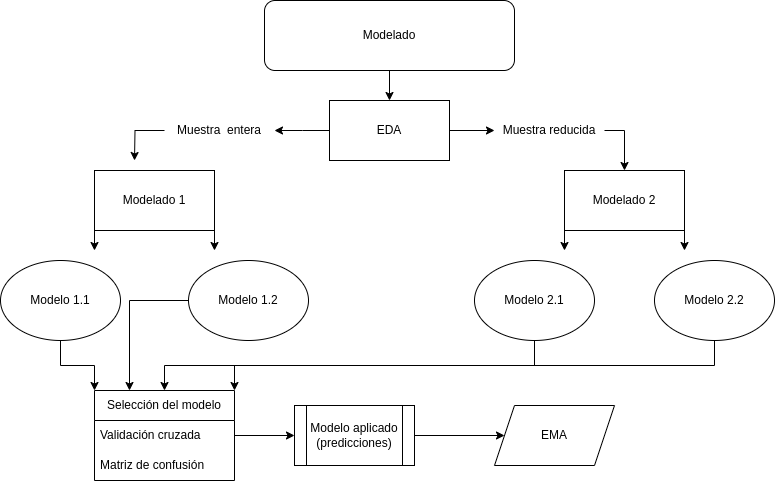
Earlier version of the draw.io export diagrama_proyecto.png (alexisrangelcalvo/FP-LM-MAEA-UJED-1S). Source tidied: cells renumbered, new cells last; positions are measured from the earlier drawing's top-left corner, leaving out a move shared by most shapes. Its diagram source:
```xml
<mxGraphModel>
  <root>
    <mxCell id="0" />
    <mxCell id="1" parent="0" />
    <mxCell id="2" style="edgeStyle=orthogonalEdgeStyle;rounded=0;jettySize=auto;html=1;exitX=0.5;exitY=1;exitDx=0;exitDy=0;entryX=0.5;entryY=0;entryDx=0;entryDy=0;" parent="1" edge="1" source="3" target="6">
      <mxGeometry relative="1" as="geometry" />
    </mxCell>
    <mxCell id="3" value="Modelado" style="rounded=1;whiteSpace=wrap;html=1;" parent="1" vertex="1">
      <mxGeometry x="264" width="250" height="70" as="geometry" />
    </mxCell>
    <mxCell id="4" style="edgeStyle=orthogonalEdgeStyle;rounded=0;jettySize=auto;html=1;exitX=0;exitY=0.5;exitDx=0;exitDy=0;" parent="1" edge="1" source="6">
      <mxGeometry relative="1" as="geometry">
        <mxPoint x="274" y="130" as="targetPoint" />
      </mxGeometry>
    </mxCell>
    <mxCell id="5" style="edgeStyle=orthogonalEdgeStyle;rounded=0;jettySize=auto;html=1;exitX=1;exitY=0.5;exitDx=0;exitDy=0;" parent="1" edge="1" source="6" target="24">
      <mxGeometry relative="1" as="geometry" />
    </mxCell>
    <mxCell id="6" value="EDA" style="rounded=0;whiteSpace=wrap;html=1;" parent="1" vertex="1">
      <mxGeometry x="329" y="100" width="120" height="60" as="geometry" />
    </mxCell>
    <mxCell id="7" style="edgeStyle=orthogonalEdgeStyle;rounded=0;jettySize=auto;html=1;exitX=0;exitY=1;exitDx=0;exitDy=0;" parent="1" edge="1" source="9">
      <mxGeometry relative="1" as="geometry">
        <mxPoint x="94" y="250" as="targetPoint" />
      </mxGeometry>
    </mxCell>
    <mxCell id="8" style="edgeStyle=orthogonalEdgeStyle;rounded=0;jettySize=auto;html=1;exitX=1;exitY=1;exitDx=0;exitDy=0;" parent="1" edge="1" source="9">
      <mxGeometry relative="1" as="geometry">
        <mxPoint x="214" y="250" as="targetPoint" />
      </mxGeometry>
    </mxCell>
    <mxCell id="9" value="Modelado 1" style="rounded=0;whiteSpace=wrap;html=1;" parent="1" vertex="1">
      <mxGeometry x="94" y="170" width="120" height="60" as="geometry" />
    </mxCell>
    <mxCell id="10" style="edgeStyle=orthogonalEdgeStyle;rounded=0;jettySize=auto;html=1;exitX=0;exitY=1;exitDx=0;exitDy=0;" parent="1" edge="1" source="12">
      <mxGeometry relative="1" as="geometry">
        <mxPoint x="564" y="250" as="targetPoint" />
      </mxGeometry>
    </mxCell>
    <mxCell id="11" style="edgeStyle=orthogonalEdgeStyle;rounded=0;jettySize=auto;html=1;exitX=1;exitY=1;exitDx=0;exitDy=0;" parent="1" edge="1" source="12">
      <mxGeometry relative="1" as="geometry">
        <mxPoint x="684" y="250" as="targetPoint" />
      </mxGeometry>
    </mxCell>
    <mxCell id="12" value="Modelado 2" style="rounded=0;whiteSpace=wrap;html=1;" parent="1" vertex="1">
      <mxGeometry x="564" y="170" width="120" height="60" as="geometry" />
    </mxCell>
    <mxCell id="13" style="edgeStyle=orthogonalEdgeStyle;rounded=0;jettySize=auto;html=1;entryX=0;entryY=0;entryDx=0;entryDy=0;" parent="1" edge="1" source="14" target="28">
      <mxGeometry relative="1" as="geometry" />
    </mxCell>
    <mxCell id="14" value="Modelo 1.1" style="ellipse;whiteSpace=wrap;html=1;" parent="1" vertex="1">
      <mxGeometry y="260" width="120" height="80" as="geometry" />
    </mxCell>
    <mxCell id="15" style="edgeStyle=orthogonalEdgeStyle;rounded=0;jettySize=auto;html=1;exitX=0;exitY=0.5;exitDx=0;exitDy=0;entryX=0.25;entryY=0;entryDx=0;entryDy=0;" parent="1" edge="1" source="16" target="28">
      <mxGeometry relative="1" as="geometry" />
    </mxCell>
    <mxCell id="16" value="Modelo 1.2" style="ellipse;whiteSpace=wrap;html=1;" parent="1" vertex="1">
      <mxGeometry x="188" y="260" width="120" height="80" as="geometry" />
    </mxCell>
    <mxCell id="17" style="edgeStyle=orthogonalEdgeStyle;rounded=0;jettySize=auto;html=1;exitX=0.5;exitY=1;exitDx=0;exitDy=0;entryX=0.5;entryY=0;entryDx=0;entryDy=0;" parent="1" edge="1" source="18" target="28">
      <mxGeometry relative="1" as="geometry" />
    </mxCell>
    <mxCell id="18" value="Modelo 2.1" style="ellipse;whiteSpace=wrap;html=1;" parent="1" vertex="1">
      <mxGeometry x="474" y="260" width="120" height="80" as="geometry" />
    </mxCell>
    <mxCell id="19" style="edgeStyle=orthogonalEdgeStyle;rounded=0;jettySize=auto;html=1;exitX=0.5;exitY=1;exitDx=0;exitDy=0;entryX=1;entryY=0;entryDx=0;entryDy=0;" parent="1" edge="1" source="20" target="28">
      <mxGeometry relative="1" as="geometry" />
    </mxCell>
    <mxCell id="20" value="Modelo 2.2" style="ellipse;whiteSpace=wrap;html=1;" parent="1" vertex="1">
      <mxGeometry x="654" y="260" width="120" height="80" as="geometry" />
    </mxCell>
    <mxCell id="21" style="edgeStyle=orthogonalEdgeStyle;rounded=0;jettySize=auto;html=1;exitX=0;exitY=0.5;exitDx=0;exitDy=0;" parent="1" edge="1" source="22">
      <mxGeometry relative="1" as="geometry">
        <mxPoint x="134" y="160" as="targetPoint" />
      </mxGeometry>
    </mxCell>
    <mxCell id="22" value="Muestra&amp;nbsp; entera" style="text;html=1;strokeColor=none;fillColor=none;align=center;verticalAlign=middle;whiteSpace=wrap;rounded=0;" parent="1" vertex="1">
      <mxGeometry x="164" y="115" width="110" height="30" as="geometry" />
    </mxCell>
    <mxCell id="23" style="edgeStyle=orthogonalEdgeStyle;rounded=0;jettySize=auto;html=1;exitX=1;exitY=0.5;exitDx=0;exitDy=0;entryX=0.5;entryY=0;entryDx=0;entryDy=0;" parent="1" edge="1" source="24" target="12">
      <mxGeometry relative="1" as="geometry" />
    </mxCell>
    <mxCell id="24" value="Muestra reducida" style="text;html=1;strokeColor=none;fillColor=none;align=center;verticalAlign=middle;whiteSpace=wrap;rounded=0;" parent="1" vertex="1">
      <mxGeometry x="494" y="115" width="110" height="30" as="geometry" />
    </mxCell>
    <mxCell id="25" style="edgeStyle=orthogonalEdgeStyle;rounded=0;jettySize=auto;html=1;exitX=1;exitY=0.5;exitDx=0;exitDy=0;" parent="1" edge="1" source="26" target="27">
      <mxGeometry relative="1" as="geometry" />
    </mxCell>
    <mxCell id="26" value="Modelo aplicado (predicciones)" style="shape=process;whiteSpace=wrap;html=1;backgroundOutline=1;" parent="1" vertex="1">
      <mxGeometry x="294" y="405" width="120" height="60" as="geometry" />
    </mxCell>
    <mxCell id="27" value="EMA" style="shape=parallelogram;perimeter=parallelogramPerimeter;whiteSpace=wrap;html=1;fixedSize=1;" parent="1" vertex="1">
      <mxGeometry x="494" y="405" width="120" height="60" as="geometry" />
    </mxCell>
    <mxCell id="28" value="Selección del modelo" style="swimlane;fontStyle=0;horizontal=1;startSize=30;whiteSpace=wrap;html=1;" parent="1" vertex="1">
      <mxGeometry x="94" y="390" width="140" height="90" as="geometry" />
    </mxCell>
    <mxCell id="29" value="Validación cruzada" style="text;strokeColor=none;fillColor=none;align=left;verticalAlign=middle;spacingLeft=4;spacingRight=4;overflow=hidden;points=[[0,0.5],[1,0.5]];portConstraint=eastwest;whiteSpace=wrap;html=1;" parent="28" vertex="1">
      <mxGeometry y="30" width="140" height="30" as="geometry" />
    </mxCell>
    <mxCell id="30" value="Matriz de confusión" style="text;strokeColor=none;fillColor=none;align=left;verticalAlign=middle;spacingLeft=4;spacingRight=4;overflow=hidden;whiteSpace=wrap;html=1;" parent="28" vertex="1">
      <mxGeometry y="60" width="140" height="30" as="geometry" />
    </mxCell>
    <mxCell id="31" style="edgeStyle=orthogonalEdgeStyle;rounded=0;jettySize=auto;html=1;exitX=1;exitY=0.5;exitDx=0;exitDy=0;entryX=0;entryY=0.5;entryDx=0;entryDy=0;" parent="1" edge="1" source="29" target="26">
      <mxGeometry relative="1" as="geometry" />
    </mxCell>
  </root>
</mxGraphModel>
```
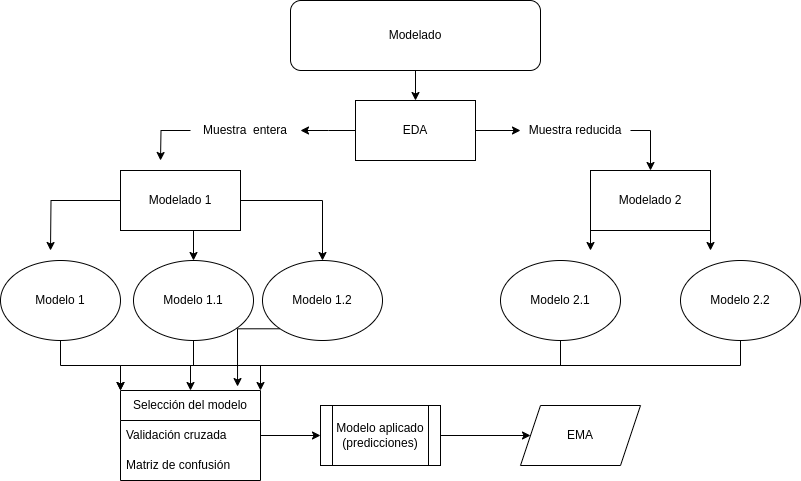
Above is the later version.

Change to the diagram source:
```diff
@@ -19,16 +19,17 @@
     <mxCell id="6" value="EDA" style="rounded=0;whiteSpace=wrap;html=1;" parent="1" vertex="1">
       <mxGeometry x="329" y="100" width="120" height="60" as="geometry" />
     </mxCell>
-    <mxCell id="7" style="edgeStyle=orthogonalEdgeStyle;rounded=0;jettySize=auto;html=1;exitX=0;exitY=1;exitDx=0;exitDy=0;" parent="1" edge="1" source="9">
-      <mxGeometry relative="1" as="geometry">
-        <mxPoint x="94" y="250" as="targetPoint" />
-      </mxGeometry>
-    </mxCell>
-    <mxCell id="8" style="edgeStyle=orthogonalEdgeStyle;rounded=0;jettySize=auto;html=1;exitX=1;exitY=1;exitDx=0;exitDy=0;" parent="1" edge="1" source="9">
-      <mxGeometry relative="1" as="geometry">
-        <mxPoint x="214" y="250" as="targetPoint" />
-      </mxGeometry>
-    </mxCell>
+    <mxCell id="32" style="edgeStyle=orthogonalEdgeStyle;rounded=0;jettySize=auto;html=1;exitX=1;exitY=0.5;exitDx=0;exitDy=0;" parent="1" edge="1" source="9" target="16">
+      <mxGeometry relative="1" as="geometry" />
+    </mxCell>
+    <mxCell id="33" style="edgeStyle=orthogonalEdgeStyle;rounded=0;jettySize=auto;html=1;exitX=0.5;exitY=1;exitDx=0;exitDy=0;entryX=0.5;entryY=0;entryDx=0;entryDy=0;" parent="1" edge="1" source="9" target="14">
+      <mxGeometry relative="1" as="geometry" />
+    </mxCell>
+    <mxCell id="34" style="edgeStyle=orthogonalEdgeStyle;rounded=0;jettySize=auto;html=1;" parent="1" edge="1" source="9">
+      <mxGeometry relative="1" as="geometry">
+        <mxPoint x="24" y="250" as="targetPoint" />
+      </mxGeometry>
+    </mxCell>
     <mxCell id="9" value="Modelado 1" style="rounded=0;whiteSpace=wrap;html=1;" parent="1" vertex="1">
       <mxGeometry x="94" y="170" width="120" height="60" as="geometry" />
     </mxCell>
@@ -49,13 +50,13 @@
       <mxGeometry relative="1" as="geometry" />
     </mxCell>
     <mxCell id="14" value="Modelo 1.1" style="ellipse;whiteSpace=wrap;html=1;" parent="1" vertex="1">
-      <mxGeometry y="260" width="120" height="80" as="geometry" />
+      <mxGeometry x="107" y="260" width="120" height="80" as="geometry" />
     </mxCell>
-    <mxCell id="15" style="edgeStyle=orthogonalEdgeStyle;rounded=0;jettySize=auto;html=1;exitX=0;exitY=0.5;exitDx=0;exitDy=0;entryX=0.25;entryY=0;entryDx=0;entryDy=0;" parent="1" edge="1" source="16" target="28">
+    <mxCell id="15" style="edgeStyle=orthogonalEdgeStyle;rounded=0;jettySize=auto;html=1;exitX=0;exitY=1;exitDx=0;exitDy=0;entryX=0.836;entryY=-0.044;entryDx=0;entryDy=0;entryPerimeter=0;" parent="1" edge="1" source="16" target="28">
       <mxGeometry relative="1" as="geometry" />
     </mxCell>
     <mxCell id="16" value="Modelo 1.2" style="ellipse;whiteSpace=wrap;html=1;" parent="1" vertex="1">
-      <mxGeometry x="188" y="260" width="120" height="80" as="geometry" />
+      <mxGeometry x="236" y="260" width="120" height="80" as="geometry" />
     </mxCell>
     <mxCell id="17" style="edgeStyle=orthogonalEdgeStyle;rounded=0;jettySize=auto;html=1;exitX=0.5;exitY=1;exitDx=0;exitDy=0;entryX=0.5;entryY=0;entryDx=0;entryDy=0;" parent="1" edge="1" source="18" target="28">
       <mxGeometry relative="1" as="geometry" />
@@ -104,5 +105,11 @@
     <mxCell id="31" style="edgeStyle=orthogonalEdgeStyle;rounded=0;jettySize=auto;html=1;exitX=1;exitY=0.5;exitDx=0;exitDy=0;entryX=0;entryY=0.5;entryDx=0;entryDy=0;" parent="1" edge="1" source="29" target="26">
       <mxGeometry relative="1" as="geometry" />
     </mxCell>
+    <mxCell id="35" style="edgeStyle=orthogonalEdgeStyle;rounded=0;jettySize=auto;html=1;entryX=0;entryY=0;entryDx=0;entryDy=0;" parent="1" edge="1" source="36" target="28">
+      <mxGeometry relative="1" as="geometry" />
+    </mxCell>
+    <mxCell id="36" value="Modelo 1" style="ellipse;whiteSpace=wrap;html=1;" parent="1" vertex="1">
+      <mxGeometry x="-26" y="260" width="120" height="80" as="geometry" />
+    </mxCell>
   </root>
 </mxGraphModel>
```
